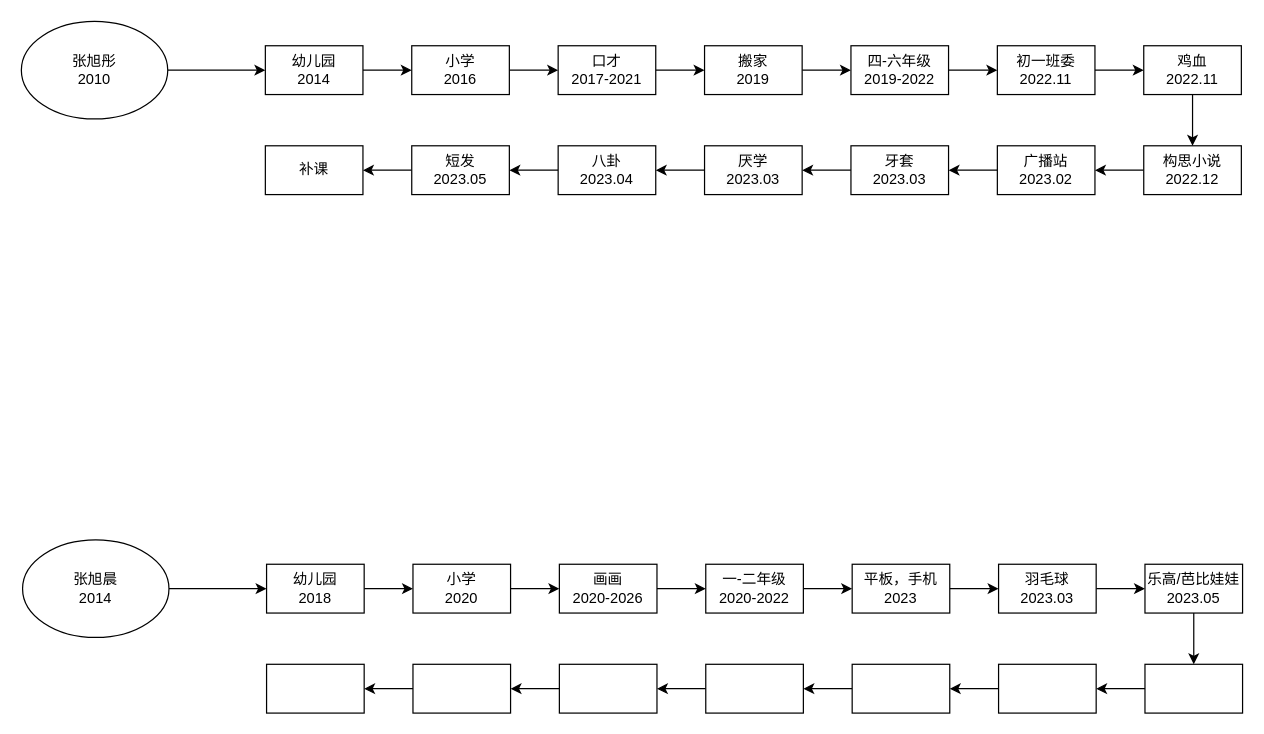
The draw.io diagram page "画像-侄女" (8 of 8) of Fig_CS/Figure-Factory.drawio in jizhang02/Figure-Factory, before the edit. Source tidied: cells renumbered, new cells numbered last; positions are measured from the earlier drawing's top-left corner, leaving out a move shared by most shapes. Both pictures are drawn from the tidied source at 122%, with x=0, y=0 at pixel (21, 21).
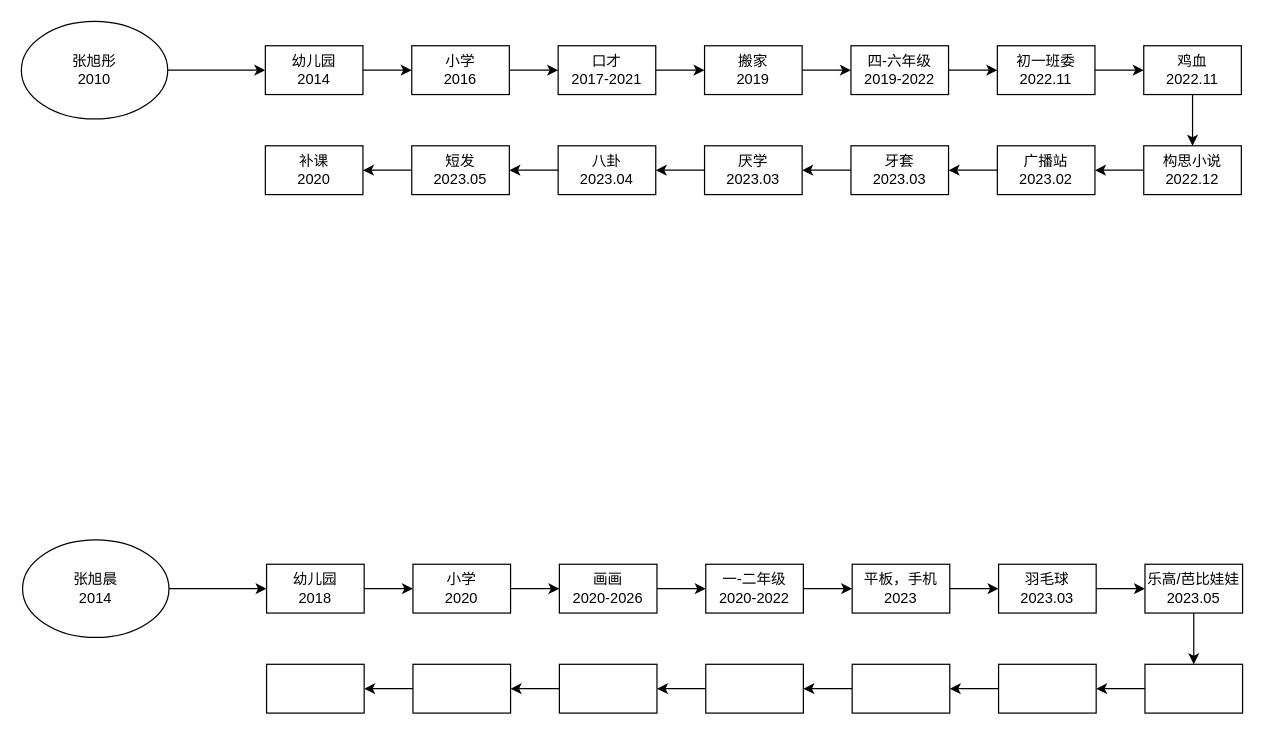
Above is the later version.

What changed in the source:
```diff
@@
-    <mxCell id="30" value="补课" style="rounded=0;whiteSpace=wrap;html=1;" parent="1" vertex="1">
+    <mxCell id="30" value="补课&lt;br&gt;2020" style="rounded=0;whiteSpace=wrap;html=1;" parent="1" vertex="1">
       <mxGeometry x="200" y="102" width="80" height="40" as="geometry" />
     </mxCell>
```
